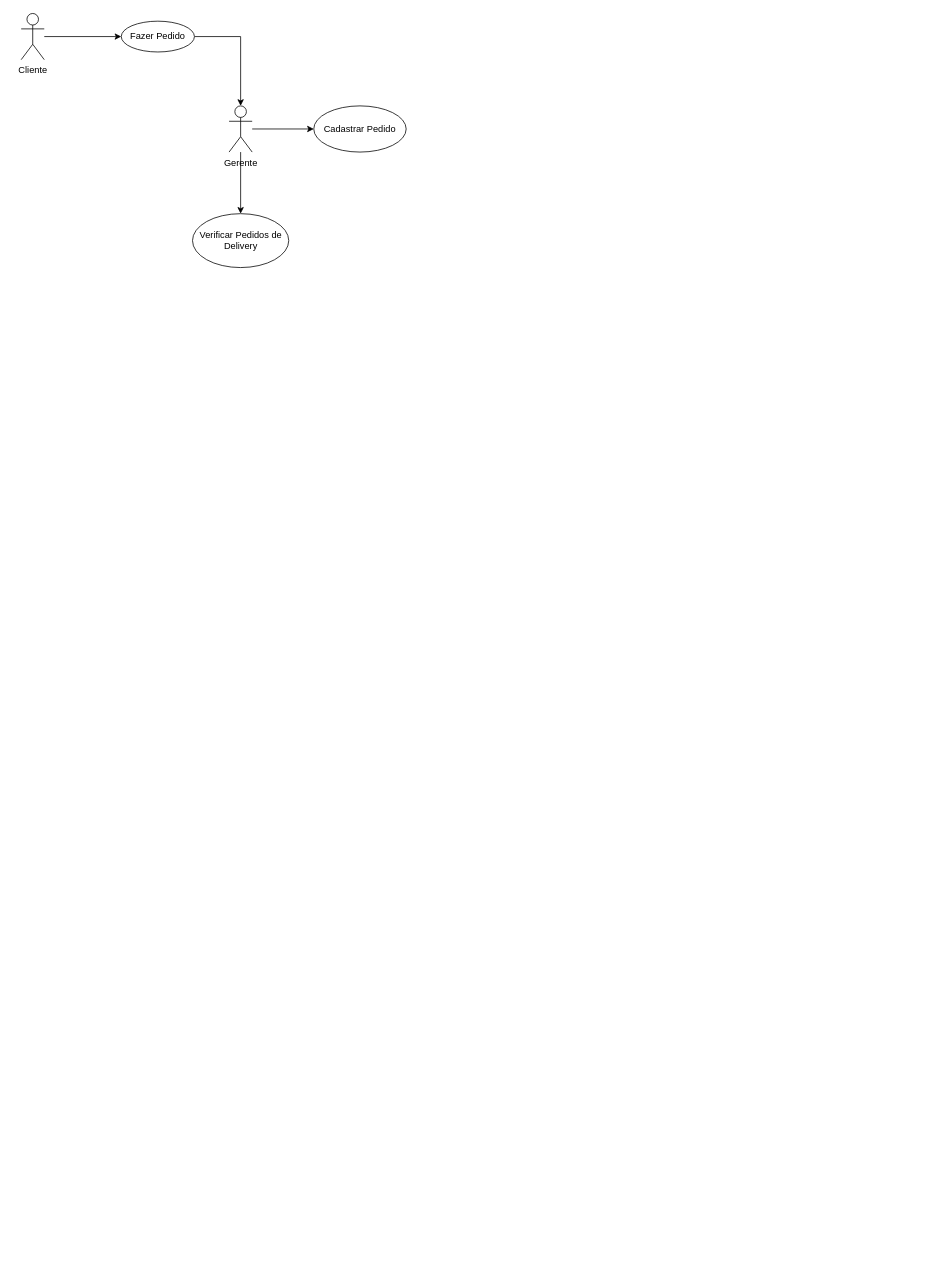
This is Untitled Diagram.drawio from voteprogramablz/bpp_corp, a draw.io file, before an edit. Source tidied: cells renumbered, new cells numbered last; positions are measured from the earlier drawing's top-left corner, leaving out a move shared by most shapes. Both pictures are drawn from the tidied source at 77%, with x=0, y=0 at pixel (21, 13).
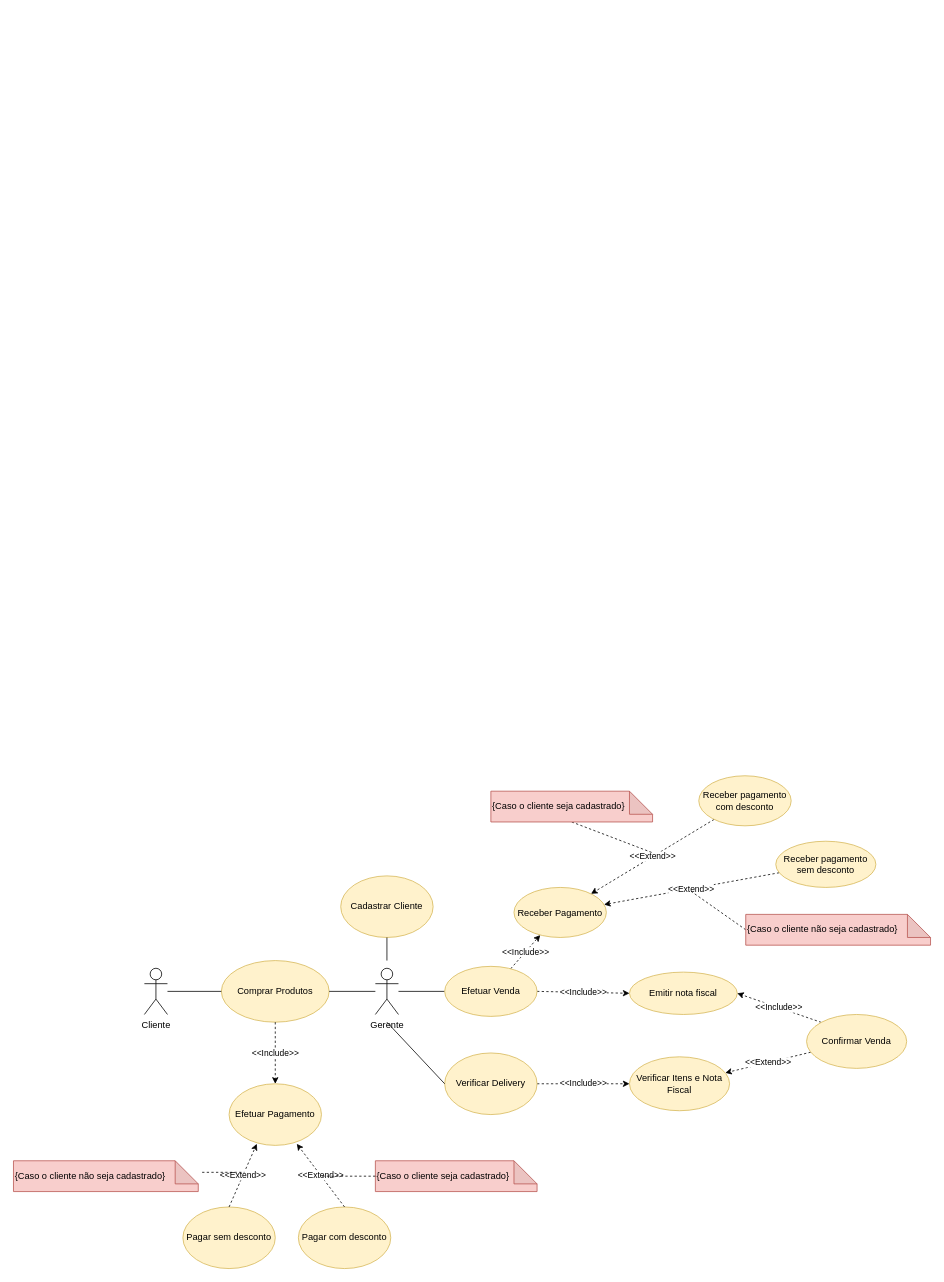
The same page after the edit.

What changed in the source:
```diff
@@
-    <mxCell id="2" style="edgeStyle=orthogonalEdgeStyle;rounded=0;jettySize=auto;html=1;" parent="1" edge="1" source="4" target="9">
-      <mxGeometry relative="1" as="geometry" />
-    </mxCell>
-    <mxCell id="3" style="edgeStyle=orthogonalEdgeStyle;rounded=0;jettySize=auto;html=1;" parent="1" edge="1" source="4" target="10">
-      <mxGeometry relative="1" as="geometry" />
-    </mxCell>
+    <mxCell id="11" value="Cadastrar Cliente" style="ellipse;whiteSpace=wrap;html=1;fillColor=#fff2cc;strokeColor=#d6b656;" parent="1" vertex="1">
+      <mxGeometry x="415" y="1120" width="120" height="80" as="geometry" />
+    </mxCell>
+    <mxCell id="12" value="Pagar com desconto" style="ellipse;whiteSpace=wrap;html=1;fillColor=#fff2cc;strokeColor=#d6b656;" parent="1" vertex="1">
+      <mxGeometry x="360" y="1550" width="120" height="80" as="geometry" />
+    </mxCell>
+    <mxCell id="13" value="Pagar sem desconto" style="ellipse;whiteSpace=wrap;html=1;fillColor=#fff2cc;strokeColor=#d6b656;" parent="1" vertex="1">
+      <mxGeometry x="210" y="1550" width="120" height="80" as="geometry" />
+    </mxCell>
+    <mxCell id="14" value="Comprar Produtos" style="ellipse;whiteSpace=wrap;html=1;fillColor=#fff2cc;strokeColor=#d6b656;" parent="1" vertex="1">
+      <mxGeometry x="260" y="1230" width="140" height="80" as="geometry" />
+    </mxCell>
+    <mxCell id="15" value="&amp;lt;&amp;lt;Include&amp;gt;&amp;gt;" style="edgeStyle=none;rounded=0;jettySize=auto;html=1;exitX=1;exitY=0.5;exitDx=0;exitDy=0;entryX=0;entryY=0.5;entryDx=0;entryDy=0;endArrow=classic;endFill=1;dashed=1;" parent="1" edge="1" source="16" target="18">
+      <mxGeometry relative="1" as="geometry" />
+    </mxCell>
+    <mxCell id="16" value="Verificar Delivery" style="ellipse;whiteSpace=wrap;html=1;fillColor=#fff2cc;strokeColor=#d6b656;" parent="1" vertex="1">
+      <mxGeometry x="550" y="1350" width="120" height="80" as="geometry" />
+    </mxCell>
+    <mxCell id="17" value="&amp;lt;&amp;lt;Extend&amp;gt;&amp;gt;" style="edgeStyle=none;rounded=0;jettySize=auto;html=1;dashed=1;endArrow=classic;endFill=1;" parent="1" edge="1" source="46" target="18">
+      <mxGeometry relative="1" as="geometry" />
+    </mxCell>
+    <mxCell id="18" value="Verificar Itens e Nota Fiscal" style="ellipse;whiteSpace=wrap;html=1;fillColor=#fff2cc;strokeColor=#d6b656;" parent="1" vertex="1">
+      <mxGeometry x="790" y="1355" width="130" height="70" as="geometry" />
+    </mxCell>
+    <mxCell id="19" value="Emitir nota fiscal" style="ellipse;whiteSpace=wrap;html=1;fillColor=#fff2cc;strokeColor=#d6b656;" parent="1" vertex="1">
+      <mxGeometry x="790" y="1245" width="140" height="55" as="geometry" />
+    </mxCell>
+    <mxCell id="20" style="rounded=0;jettySize=auto;html=1;entryX=0.5;entryY=1;entryDx=0;entryDy=0;endArrow=none;endFill=0;" parent="1" edge="1" target="11">
+      <mxGeometry relative="1" as="geometry">
+        <mxPoint x="475" y="1230" as="sourcePoint" />
+      </mxGeometry>
+    </mxCell>
+    <mxCell id="21" style="edgeStyle=none;rounded=0;jettySize=auto;html=1;endArrow=none;endFill=0;entryX=0;entryY=0.5;entryDx=0;entryDy=0;" parent="1" edge="1" source="4" target="35">
+      <mxGeometry relative="1" as="geometry" />
+    </mxCell>
+    <mxCell id="22" style="edgeStyle=none;rounded=0;jettySize=auto;html=1;entryX=0;entryY=0.5;entryDx=0;entryDy=0;endArrow=none;endFill=0;" parent="1" edge="1" target="16">
+      <mxGeometry relative="1" as="geometry">
+        <mxPoint x="475" y="1310" as="sourcePoint" />
+      </mxGeometry>
+    </mxCell>
     <mxCell id="4" value="Gerente" style="shape=umlActor;verticalLabelPosition=bottom;verticalAlign=top;html=1;outlineConnect=0;" parent="1" vertex="1">
-      <mxGeometry x="270" y="120" width="30" height="60" as="geometry" />
+      <mxGeometry x="460" y="1240" width="30" height="60" as="geometry" />
     </mxCell>
-    <mxCell id="5" style="edgeStyle=orthogonalEdgeStyle;rounded=0;jettySize=auto;html=1;" parent="1" edge="1" source="6" target="8">
-      <mxGeometry relative="1" as="geometry" />
-    </mxCell>
     <mxCell id="6" value="Cliente" style="shape=umlActor;verticalLabelPosition=bottom;verticalAlign=top;html=1;outlineConnect=0;" parent="1" vertex="1">
-      <mxGeometry width="30" height="60" as="geometry" />
+      <mxGeometry x="160" y="1240" width="30" height="60" as="geometry" />
     </mxCell>
-    <mxCell id="7" style="edgeStyle=orthogonalEdgeStyle;rounded=0;jettySize=auto;html=1;exitX=1;exitY=0.5;exitDx=0;exitDy=0;" parent="1" edge="1" source="8" target="4">
-      <mxGeometry relative="1" as="geometry" />
-    </mxCell>
-    <mxCell id="8" value="Fazer Pedido" style="ellipse;whiteSpace=wrap;html=1;verticalAlign=middle;" parent="1" vertex="1">
-      <mxGeometry x="130" y="10" width="95" height="40" as="geometry" />
-    </mxCell>
-    <mxCell id="9" value="Cadastrar Pedido" style="ellipse;whiteSpace=wrap;html=1;verticalAlign=middle;" parent="1" vertex="1">
-      <mxGeometry x="380" y="120" width="120" height="60" as="geometry" />
-    </mxCell>
-    <mxCell id="10" value="Verificar Pedidos de Delivery" style="ellipse;whiteSpace=wrap;html=1;verticalAlign=middle;" parent="1" vertex="1">
-      <mxGeometry x="222.5" y="260" width="125" height="70" as="geometry" />
-    </mxCell>
+    <mxCell id="23" style="endArrow=none;html=1;rounded=0;entryX=0;entryY=0.5;entryDx=0;entryDy=0;endFill=0;" parent="1" edge="1" source="6" target="14">
+      <mxGeometry relative="1" as="geometry" />
+    </mxCell>
+    <mxCell id="24" style="endArrow=none;html=1;rounded=0;exitX=1;exitY=0.5;exitDx=0;exitDy=0;endFill=0;" parent="1" edge="1" source="14" target="4">
+      <mxGeometry relative="1" as="geometry" />
+    </mxCell>
+    <mxCell id="25" value="Efetuar Pagamento" style="ellipse;whiteSpace=wrap;html=1;fillColor=#fff2cc;strokeColor=#d6b656;" parent="1" vertex="1">
+      <mxGeometry x="270" y="1390" width="120" height="80" as="geometry" />
+    </mxCell>
+    <mxCell id="26" value="&amp;lt;&amp;lt;Extend&amp;gt;&amp;gt;" style="endArrow=classic;html=1;rounded=0;endFill=1;dashed=1;entryX=0.733;entryY=0.975;entryDx=0;entryDy=0;entryPerimeter=0;exitX=0.5;exitY=0;exitDx=0;exitDy=0;" parent="1" edge="1" source="12" target="25">
+      <mxGeometry relative="1" as="geometry" />
+    </mxCell>
+    <mxCell id="27" value="&amp;lt;&amp;lt;Extend&amp;gt;&amp;gt;" style="endArrow=classic;html=1;rounded=0;exitX=0.5;exitY=0;exitDx=0;exitDy=0;endFill=1;entryX=0.3;entryY=0.975;entryDx=0;entryDy=0;dashed=1;entryPerimeter=0;" parent="1" edge="1" source="13" target="25">
+      <mxGeometry relative="1" as="geometry" />
+    </mxCell>
+    <mxCell id="28" value="&amp;lt;&amp;lt;Include&amp;gt;&amp;gt;" style="endArrow=classic;html=1;rounded=0;dashed=1;exitX=0.5;exitY=1;exitDx=0;exitDy=0;entryX=0.5;entryY=0;entryDx=0;entryDy=0;" parent="1" edge="1" source="14" target="25">
+      <mxGeometry relative="1" as="geometry" />
+    </mxCell>
+    <mxCell id="29" value="{Caso o cliente seja cadastrado}" style="shape=note;whiteSpace=wrap;html=1;backgroundOutline=1;darkOpacity=0.05;fillColor=#f8cecc;strokeColor=#b85450;align=left;verticalAlign=middle;" parent="1" vertex="1">
+      <mxGeometry x="460" y="1490" width="210" height="40" as="geometry" />
+    </mxCell>
+    <mxCell id="30" value="{Caso o cliente não seja cadastrado}" style="shape=note;whiteSpace=wrap;html=1;backgroundOutline=1;darkOpacity=0.05;fillColor=#f8cecc;strokeColor=#b85450;align=left;" parent="1" vertex="1">
+      <mxGeometry x="-10" y="1490" width="240" height="40" as="geometry" />
+    </mxCell>
+    <mxCell id="31" style="endArrow=none;html=1;rounded=0;dashed=1;exitX=0;exitY=0;exitDx=245;exitDy=15;exitPerimeter=0;endFill=0;" parent="1" edge="1" source="30">
+      <mxGeometry relative="1" as="geometry">
+        <mxPoint x="290" y="1505" as="targetPoint" />
+      </mxGeometry>
+    </mxCell>
+    <mxCell id="32" style="endArrow=none;html=1;rounded=0;dashed=1;endFill=0;" parent="1" edge="1" source="29">
+      <mxGeometry relative="1" as="geometry">
+        <mxPoint x="390" y="1510" as="targetPoint" />
+      </mxGeometry>
+    </mxCell>
+    <mxCell id="33" value="&amp;lt;&amp;lt;Include&amp;gt;&amp;gt;" style="edgeStyle=none;rounded=0;jettySize=auto;html=1;exitX=1;exitY=0.5;exitDx=0;exitDy=0;entryX=0;entryY=0.5;entryDx=0;entryDy=0;endArrow=classic;endFill=1;dashed=1;" parent="1" edge="1" source="35" target="19">
+      <mxGeometry relative="1" as="geometry" />
+    </mxCell>
+    <mxCell id="34" value="&amp;lt;&amp;lt;Include&amp;gt;&amp;gt;" style="edgeStyle=none;rounded=0;jettySize=auto;html=1;dashed=1;endArrow=classic;endFill=1;" parent="1" edge="1" source="35" target="38">
+      <mxGeometry relative="1" as="geometry" />
+    </mxCell>
+    <mxCell id="35" value="Efetuar Venda" style="ellipse;whiteSpace=wrap;html=1;fillColor=#fff2cc;strokeColor=#d6b656;" parent="1" vertex="1">
+      <mxGeometry x="550" y="1237.5" width="120" height="65" as="geometry" />
+    </mxCell>
+    <mxCell id="36" value="&amp;lt;&amp;lt;Extend&amp;gt;&amp;gt;" style="edgeStyle=none;rounded=0;jettySize=auto;html=1;dashed=1;endArrow=classic;endFill=1;" parent="1" edge="1" source="39" target="38">
+      <mxGeometry relative="1" as="geometry" />
+    </mxCell>
+    <mxCell id="37" value="&amp;lt;&amp;lt;Extend&amp;gt;&amp;gt;" style="edgeStyle=none;rounded=0;jettySize=auto;html=1;dashed=1;endArrow=classic;endFill=1;" parent="1" edge="1" source="40" target="38">
+      <mxGeometry relative="1" as="geometry" />
+    </mxCell>
+    <mxCell id="38" value="Receber Pagamento" style="ellipse;whiteSpace=wrap;html=1;fillColor=#fff2cc;strokeColor=#d6b656;" parent="1" vertex="1">
+      <mxGeometry x="640" y="1135" width="120" height="65" as="geometry" />
+    </mxCell>
+    <mxCell id="39" value="Receber pagamento com desconto" style="ellipse;whiteSpace=wrap;html=1;fillColor=#fff2cc;strokeColor=#d6b656;" parent="1" vertex="1">
+      <mxGeometry x="880" y="990" width="120" height="65" as="geometry" />
+    </mxCell>
+    <mxCell id="40" value="Receber pagamento sem desconto" style="ellipse;whiteSpace=wrap;html=1;fillColor=#fff2cc;strokeColor=#d6b656;" parent="1" vertex="1">
+      <mxGeometry x="980" y="1075" width="130" height="60" as="geometry" />
+    </mxCell>
+    <mxCell id="41" style="edgeStyle=none;rounded=0;jettySize=auto;html=1;exitX=0.5;exitY=1;exitDx=0;exitDy=0;exitPerimeter=0;dashed=1;endArrow=none;endFill=0;" parent="1" edge="1" source="42">
+      <mxGeometry relative="1" as="geometry">
+        <mxPoint x="820" y="1090" as="targetPoint" />
+      </mxGeometry>
+    </mxCell>
+    <mxCell id="42" value="{Caso o cliente seja cadastrado}" style="shape=note;whiteSpace=wrap;html=1;backgroundOutline=1;darkOpacity=0.05;fillColor=#f8cecc;strokeColor=#b85450;align=left;verticalAlign=middle;" parent="1" vertex="1">
+      <mxGeometry x="610" y="1010" width="210" height="40" as="geometry" />
+    </mxCell>
+    <mxCell id="43" style="edgeStyle=none;rounded=0;jettySize=auto;html=1;exitX=0;exitY=0.5;exitDx=0;exitDy=0;exitPerimeter=0;dashed=1;endArrow=none;endFill=0;" parent="1" edge="1" source="44">
+      <mxGeometry relative="1" as="geometry">
+        <mxPoint x="870" y="1140" as="targetPoint" />
+      </mxGeometry>
+    </mxCell>
+    <mxCell id="44" value="{Caso o cliente não seja cadastrado}" style="shape=note;whiteSpace=wrap;html=1;backgroundOutline=1;darkOpacity=0.05;fillColor=#f8cecc;strokeColor=#b85450;align=left;" parent="1" vertex="1">
+      <mxGeometry x="941" y="1170" width="240" height="40" as="geometry" />
+    </mxCell>
+    <mxCell id="45" value="&amp;lt;&amp;lt;Include&amp;gt;&amp;gt;" style="edgeStyle=none;rounded=0;jettySize=auto;html=1;exitX=0;exitY=0;exitDx=0;exitDy=0;dashed=1;endArrow=classic;endFill=1;entryX=1;entryY=0.5;entryDx=0;entryDy=0;" parent="1" edge="1" source="46" target="19">
+      <mxGeometry relative="1" as="geometry" />
+    </mxCell>
+    <mxCell id="46" value="Confirmar Venda" style="ellipse;whiteSpace=wrap;html=1;fillColor=#fff2cc;strokeColor=#d6b656;" parent="1" vertex="1">
+      <mxGeometry x="1020" y="1300" width="130" height="70" as="geometry" />
+    </mxCell>
```
